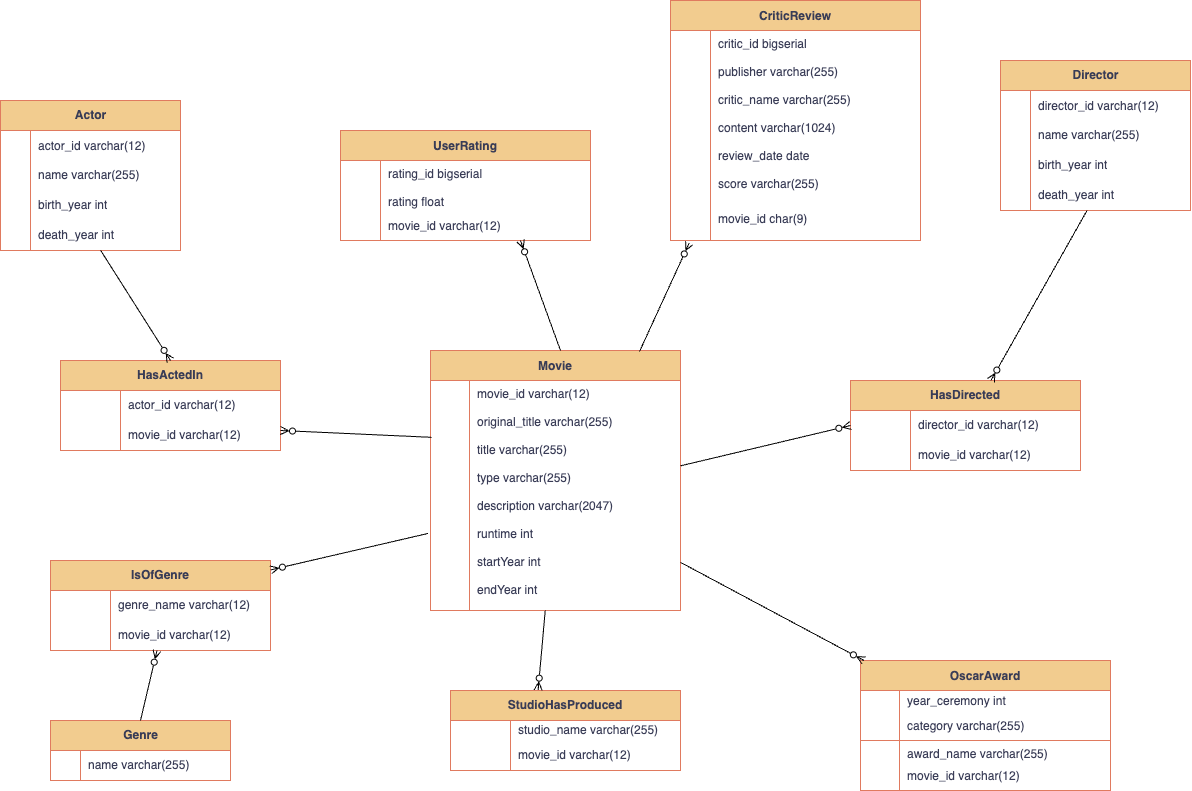
The draw.io diagram assets/proposal.png in giovanniburacci/LSDM_Information_Integration, before a commit. Source tidied: cells renumbered, new cells last; positions are measured from the earlier drawing's top-left corner, leaving out a move shared by most shapes.
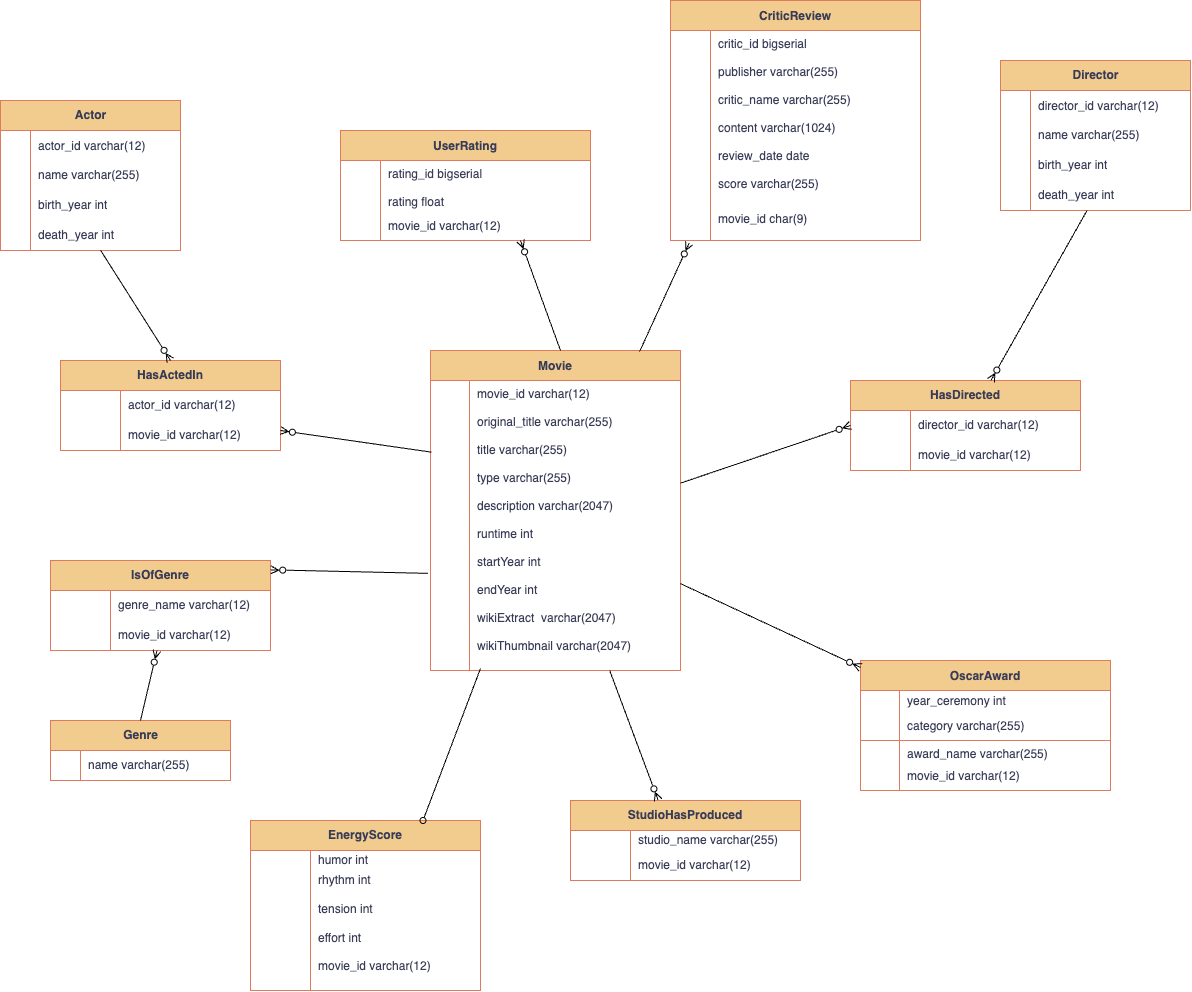
The same file after the commit.

What changed in the source:
```diff
@@ -3,16 +3,16 @@
     <mxCell id="0" />
     <mxCell id="1" parent="0" />
     <mxCell id="2" value="Movie" style="shape=table;startSize=30;rowLines=0;fontStyle=1;align=center;labelBackgroundColor=none;fillColor=#F2CC8F;strokeColor=#E07A5F;fontColor=#393C56;rounded=0;" parent="1" vertex="1">
-      <mxGeometry x="430" y="350" width="250" height="260" as="geometry" />
+      <mxGeometry x="430" y="350" width="250" height="320" as="geometry" />
     </mxCell>
     <mxCell id="3" style="shape=tableRow;horizontal=0;startSize=0;swimlaneHead=0;swimlaneBody=0;fillColor=none;points=[[0,0.5],[1,0.5]];portConstraint=eastwest;top=0;left=0;right=0;bottom=0;labelBackgroundColor=none;strokeColor=#E07A5F;fontColor=#393C56;rounded=0;" parent="2" vertex="1">
-      <mxGeometry y="30" width="250" height="230" as="geometry" />
+      <mxGeometry y="30" width="250" height="290" as="geometry" />
     </mxCell>
     <mxCell id="4" style="shape=partialRectangle;fillColor=none;top=0;left=0;bottom=0;right=0;overflow=hidden;labelBackgroundColor=none;strokeColor=#E07A5F;fontColor=#393C56;rounded=0;" parent="3" vertex="1">
-      <mxGeometry width="39" height="230" as="geometry" />
+      <mxGeometry width="39" height="290" as="geometry" />
     </mxCell>
-    <mxCell id="5" value="movie_id varchar(12)&#10;&#10;original_title varchar(255)&#10;&#10;title varchar(255)&#10;&#10;type varchar(255)&#10;&#10;description varchar(2047)&#10;&#10;runtime int&#10;&#10;startYear int&#10;&#10;endYear int" style="shape=partialRectangle;fillColor=none;top=0;left=0;bottom=0;right=0;align=left;spacingLeft=6;overflow=hidden;verticalAlign=top;labelBackgroundColor=none;strokeColor=#E07A5F;fontColor=#393C56;rounded=0;" parent="3" vertex="1">
-      <mxGeometry x="39" width="211" height="230" as="geometry" />
+    <mxCell id="5" value="movie_id varchar(12)&#10;&#10;original_title varchar(255)&#10;&#10;title varchar(255)&#10;&#10;type varchar(255)&#10;&#10;description varchar(2047)&#10;&#10;runtime int&#10;&#10;startYear int&#10;&#10;endYear int&#10;&#10;wikiExtract  varchar(2047)&#10;&#10;wikiThumbnail varchar(2047)&#10;" style="shape=partialRectangle;fillColor=none;top=0;left=0;bottom=0;right=0;align=left;spacingLeft=6;overflow=hidden;verticalAlign=top;labelBackgroundColor=none;strokeColor=#E07A5F;fontColor=#393C56;rounded=0;" parent="3" vertex="1">
+      <mxGeometry x="39" width="211" height="290" as="geometry" />
     </mxCell>
     <mxCell id="6" value="Actor" style="shape=table;startSize=30;rowLines=0;fontStyle=1;align=center;html=1;labelBackgroundColor=none;fillColor=#F2CC8F;strokeColor=#E07A5F;fontColor=#393C56;rounded=0;" parent="1" vertex="1">
       <mxGeometry y="100" width="180" height="150" as="geometry" />
@@ -150,7 +150,7 @@
       <mxGeometry x="60" width="160" height="30" as="geometry" />
     </mxCell>
     <mxCell id="51" value="StudioHasProduced" style="shape=table;startSize=30;rowLines=0;fontStyle=1;align=center;html=1;whiteSpace=wrap;labelBackgroundColor=none;fillColor=#F2CC8F;strokeColor=#E07A5F;fontColor=#393C56;rounded=0;" parent="1" vertex="1">
-      <mxGeometry x="450" y="690" width="230" height="80" as="geometry" />
+      <mxGeometry x="570" y="800" width="230" height="80" as="geometry" />
     </mxCell>
     <mxCell id="52" style="shape=tableRow;horizontal=0;startSize=0;swimlaneHead=0;swimlaneBody=0;fillColor=none;top=0;left=0;right=0;bottom=0;html=1;labelBackgroundColor=none;strokeColor=#E07A5F;fontColor=#393C56;rounded=0;" parent="51" vertex="1">
       <mxGeometry y="30" width="230" height="20" as="geometry" />
@@ -285,5 +285,29 @@
     <mxCell id="94" value="movie_id char(9)&#10;&#10;&#10;&#10;" style="shape=partialRectangle;fillColor=none;top=0;left=0;bottom=0;right=0;align=left;spacingLeft=6;overflow=hidden;labelBackgroundColor=none;strokeColor=#E07A5F;fontColor=#393C56;rounded=0;" parent="92" vertex="1">
       <mxGeometry x="40" width="210" height="30" as="geometry" />
     </mxCell>
+    <mxCell id="95" value="EnergyScore" style="shape=table;startSize=30;rowLines=0;fontStyle=1;align=center;html=1;whiteSpace=wrap;labelBackgroundColor=none;fillColor=#F2CC8F;strokeColor=#E07A5F;fontColor=#393C56;rounded=0;" parent="1" vertex="1">
+      <mxGeometry x="250" y="820" width="230" height="170" as="geometry" />
+    </mxCell>
+    <mxCell id="96" style="shape=tableRow;horizontal=0;startSize=0;swimlaneHead=0;swimlaneBody=0;fillColor=none;top=0;left=0;right=0;bottom=0;html=1;labelBackgroundColor=none;strokeColor=#E07A5F;fontColor=#393C56;rounded=0;" parent="95" vertex="1">
+      <mxGeometry y="30" width="230" height="20" as="geometry" />
+    </mxCell>
+    <mxCell id="97" style="shape=partialRectangle;fillColor=none;top=0;left=0;bottom=0;right=0;fontStyle=1;overflow=hidden;html=1;whiteSpace=wrap;labelBackgroundColor=none;strokeColor=#E07A5F;fontColor=#393C56;rounded=0;" parent="96" vertex="1">
+      <mxGeometry width="60" height="20" as="geometry" />
+    </mxCell>
+    <mxCell id="98" value="&lt;span style=&quot;font-weight: 400;&quot;&gt;humor int&lt;/span&gt;" style="shape=partialRectangle;fillColor=none;top=0;left=0;bottom=0;right=0;align=left;spacingLeft=6;fontStyle=1;overflow=hidden;html=1;whiteSpace=wrap;labelBackgroundColor=none;strokeColor=#E07A5F;fontColor=#393C56;rounded=0;" parent="96" vertex="1">
+      <mxGeometry x="60" width="170" height="20" as="geometry" />
+    </mxCell>
+    <mxCell id="99" style="shape=tableRow;horizontal=0;startSize=0;swimlaneHead=0;swimlaneBody=0;fillColor=none;top=0;left=0;right=0;bottom=1;html=1;labelBackgroundColor=none;strokeColor=#E07A5F;fontColor=#393C56;rounded=0;" parent="95" vertex="1">
+      <mxGeometry y="50" width="230" height="120" as="geometry" />
+    </mxCell>
+    <mxCell id="100" style="shape=partialRectangle;fillColor=none;top=0;left=0;bottom=0;right=0;fontStyle=1;overflow=hidden;html=1;whiteSpace=wrap;labelBackgroundColor=none;strokeColor=#E07A5F;fontColor=#393C56;rounded=0;" parent="99" vertex="1">
+      <mxGeometry width="60" height="120" as="geometry" />
+    </mxCell>
+    <mxCell id="101" value="&lt;div&gt;&lt;span style=&quot;font-weight: 400; background-color: transparent; color: light-dark(rgb(57, 60, 86), rgb(182, 184, 207));&quot;&gt;rhythm int&lt;/span&gt;&lt;/div&gt;&lt;div&gt;&lt;span style=&quot;font-weight: 400;&quot;&gt;&lt;br&gt;&lt;/span&gt;&lt;/div&gt;&lt;div&gt;&lt;span style=&quot;font-weight: 400;&quot;&gt;tension int&lt;/span&gt;&lt;/div&gt;&lt;div&gt;&lt;br&gt;&lt;/div&gt;&lt;div&gt;&lt;span style=&quot;font-weight: 400;&quot;&gt;effort int&lt;/span&gt;&lt;/div&gt;&lt;div&gt;&lt;span style=&quot;font-weight: 400;&quot;&gt;&lt;br&gt;&lt;/span&gt;&lt;/div&gt;&lt;div&gt;&lt;span style=&quot;font-weight: 400;&quot;&gt;movie_id varchar(12)&lt;/span&gt;&lt;/div&gt;&lt;div&gt;&lt;span style=&quot;font-weight: 400;&quot;&gt;&lt;br&gt;&lt;/span&gt;&lt;/div&gt;" style="shape=partialRectangle;fillColor=none;top=0;left=0;bottom=0;right=0;align=left;spacingLeft=6;fontStyle=1;overflow=hidden;html=1;whiteSpace=wrap;labelBackgroundColor=none;strokeColor=#E07A5F;fontColor=#393C56;rounded=0;" parent="99" vertex="1">
+      <mxGeometry x="60" width="170" height="120" as="geometry" />
+    </mxCell>
+    <mxCell id="102" style="fontSize=12;html=1;endArrow=none;startArrow=oval;rounded=0;startFill=0;endFill=0;entryX=0.2;entryY=0.993;entryDx=0;entryDy=0;entryPerimeter=0;strokeColor=default;exitX=0.75;exitY=0;exitDx=0;exitDy=0;" parent="1" edge="1" source="95" target="3">
+      <mxGeometry relative="1" as="geometry" />
+    </mxCell>
   </root>
 </mxGraphModel>
```
